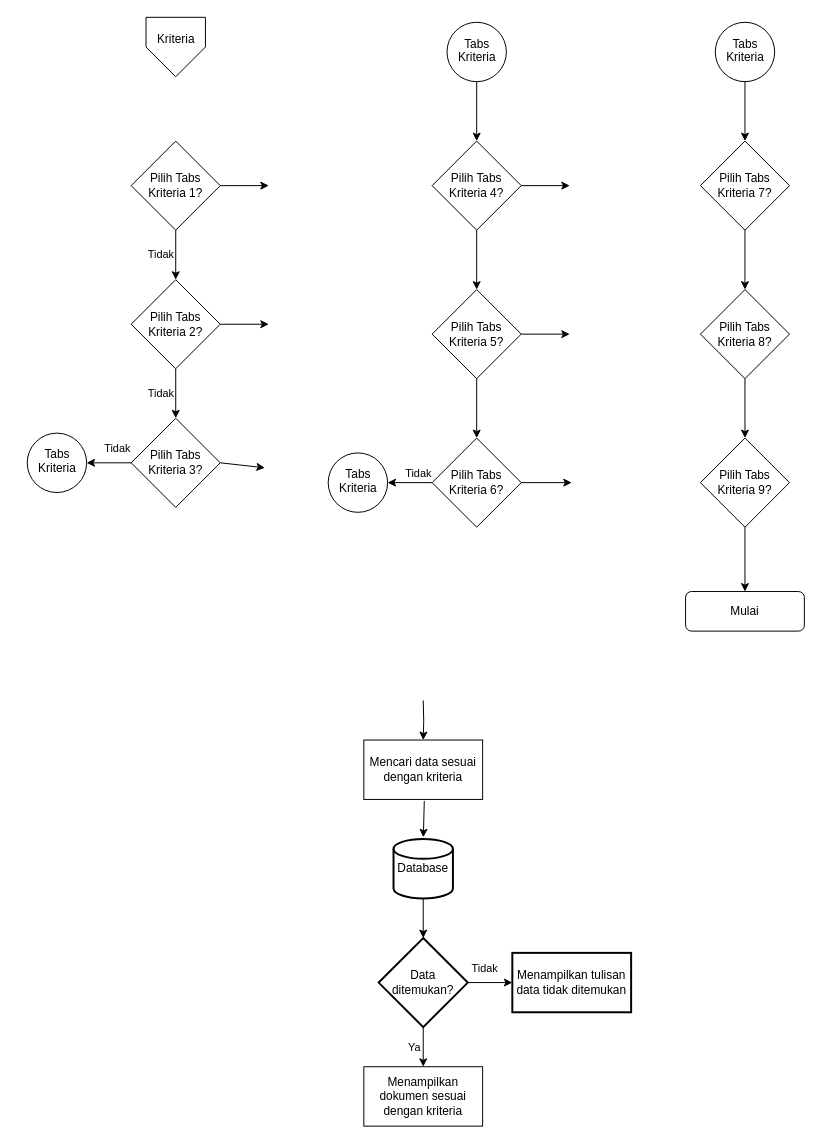
Earlier version of the draw.io diagram page "Kriteria" (2 of 2) of FilemanagerLPMI.drawio (muhfajarm/laravel-file-manager). Source tidied: cells renumbered, new cells numbered last; positions are measured from the earlier drawing's top-left corner, leaving out a move shared by most shapes. Both pictures are drawn from the tidied source at 99%, with x=0, y=0 at pixel (27, 17).
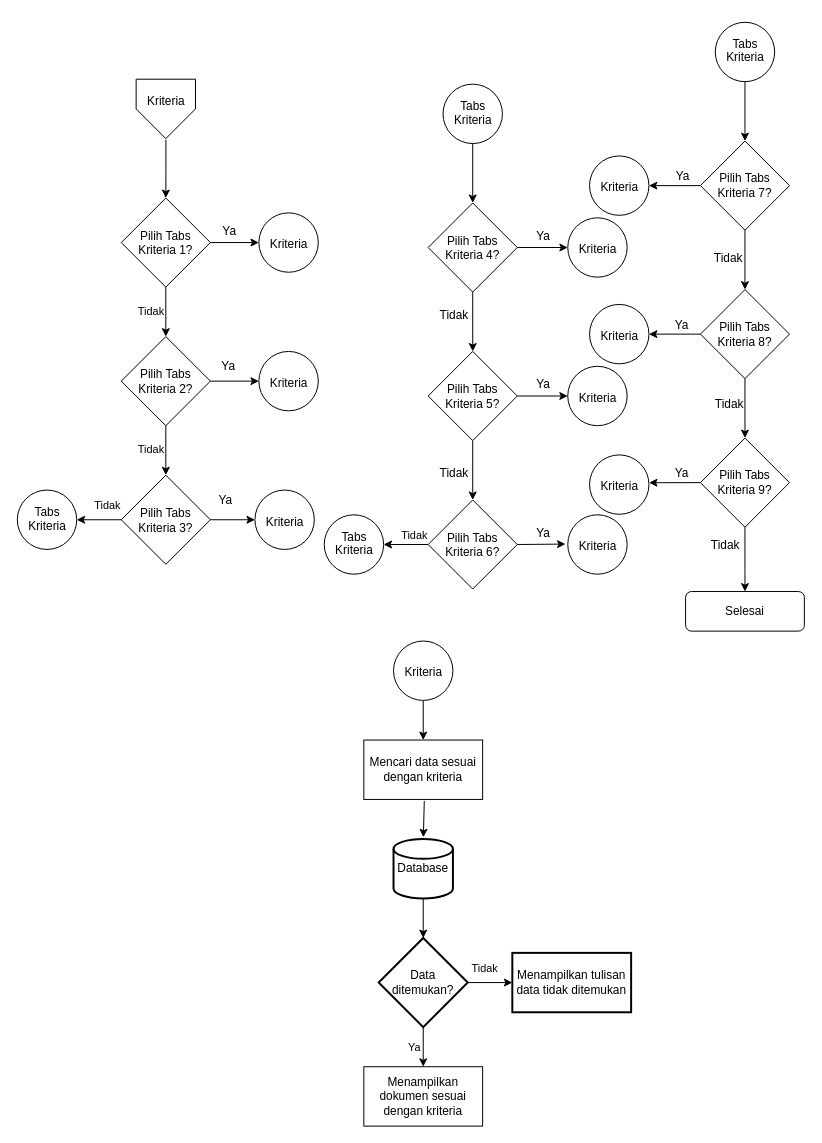
The same diagram, later.

Commit message:
Update - Page Kriteria - FilemanagerLPMI.drawio

Unchanged cells that the change refers to:
```xml
<mxCell id="3" value="Mencari data sesuai dengan kriteria" style="rounded=0;whiteSpace=wrap;html=1;" parent="1" vertex="1">
  <mxGeometry x="340" y="730" width="120" height="60" as="geometry" />
</mxCell>
<mxCell id="31" style="edgeStyle=orthogonalEdgeStyle;rounded=0;jettySize=auto;html=1;exitX=0.5;exitY=1;exitDx=0;exitDy=0;entryX=0.5;entryY=0;entryDx=0;entryDy=0;" parent="1" edge="1" source="30" target="32">
  <mxGeometry relative="1" as="geometry" />
</mxCell>
<mxCell id="33" style="edgeStyle=orthogonalEdgeStyle;rounded=0;jettySize=auto;html=1;entryX=0.5;entryY=0;entryDx=0;entryDy=0;exitX=0.5;exitY=1;exitDx=0;exitDy=0;" parent="1" edge="1" source="32" target="34">
  <mxGeometry relative="1" as="geometry" />
</mxCell>
<mxCell id="43" value="&lt;div&gt;Pilih Tabs&lt;/div&gt;&lt;div&gt;Kriteria 7?&lt;br&gt;&lt;/div&gt;" style="rhombus;whiteSpace=wrap;html=1;rounded=0;" parent="1" vertex="1">
  <mxGeometry x="680" y="125" width="90" height="90" as="geometry" />
</mxCell>
<mxCell id="44" style="edgeStyle=orthogonalEdgeStyle;rounded=0;jettySize=auto;html=1;exitX=0.5;exitY=1;exitDx=0;exitDy=0;entryX=0.5;entryY=0;entryDx=0;entryDy=0;" parent="1" edge="1" source="43" target="45">
  <mxGeometry relative="1" as="geometry" />
</mxCell>
<mxCell id="45" value="&lt;div&gt;Pilih Tabs&lt;/div&gt;&lt;div&gt;Kriteria 8?&lt;br&gt;&lt;/div&gt;" style="rhombus;whiteSpace=wrap;html=1;rounded=0;" parent="1" vertex="1">
  <mxGeometry x="680" y="275" width="90" height="90" as="geometry" />
</mxCell>
<mxCell id="46" style="edgeStyle=orthogonalEdgeStyle;rounded=0;jettySize=auto;html=1;entryX=0.5;entryY=0;entryDx=0;entryDy=0;exitX=0.5;exitY=1;exitDx=0;exitDy=0;" parent="1" edge="1" source="45" target="47">
  <mxGeometry relative="1" as="geometry" />
</mxCell>
<mxCell id="47" value="&lt;div&gt;Pilih Tabs&lt;/div&gt;&lt;div&gt;Kriteria 9?&lt;br&gt;&lt;/div&gt;" style="rhombus;whiteSpace=wrap;html=1;rounded=0;" parent="1" vertex="1">
  <mxGeometry x="680" y="425" width="90" height="90" as="geometry" />
</mxCell>
```

What changed in the source:
```diff
@@
-    <mxCell id="2" style="edgeStyle=orthogonalEdgeStyle;rounded=0;jettySize=auto;html=1;entryX=0.5;entryY=0;entryDx=0;entryDy=0;exitX=0.5;exitY=1;exitDx=0;exitDy=0;" parent="1" edge="1" target="3">
-      <mxGeometry relative="1" as="geometry">
-        <mxPoint x="400" y="690" as="sourcePoint" />
-      </mxGeometry>
+    <mxCell id="2" style="edgeStyle=orthogonalEdgeStyle;rounded=0;jettySize=auto;html=1;entryX=0.5;entryY=0;entryDx=0;entryDy=0;exitX=0.5;exitY=1;exitDx=0;exitDy=0;exitPerimeter=0;" parent="1" edge="1" source="77" target="3">
+      <mxGeometry relative="1" as="geometry" />
     </mxCell>
@@
     <mxCell id="16" value="&lt;div&gt;Pilih Tabs&lt;/div&gt;&lt;div&gt;Kriteria 1?&lt;br&gt;&lt;/div&gt;" style="rhombus;whiteSpace=wrap;html=1;rounded=0;" parent="1" vertex="1">
-      <mxGeometry x="105" y="125" width="90" height="90" as="geometry" />
+      <mxGeometry x="95" y="182.5" width="90" height="90" as="geometry" />
     </mxCell>
     <mxCell id="17" value="Pilih Tabs Kriteria 2?" style="rhombus;whiteSpace=wrap;html=1;rounded=0;" parent="1" vertex="1">
-      <mxGeometry x="105" y="265" width="90" height="90" as="geometry" />
+      <mxGeometry x="95" y="322.5" width="90" height="90" as="geometry" />
     </mxCell>
     <mxCell id="18" value="Pilih Tabs Kriteria 3?" style="rhombus;whiteSpace=wrap;html=1;rounded=0;" parent="1" vertex="1">
-      <mxGeometry x="105" y="405" width="90" height="90" as="geometry" />
+      <mxGeometry x="95" y="462.5" width="90" height="90" as="geometry" />
     </mxCell>
     <mxCell id="19" value="&lt;div&gt;Tabs&lt;/div&gt;&lt;div&gt;Kriteria&lt;/div&gt;" style="verticalLabelPosition=bottom;verticalAlign=top;html=1;shape=mxgraph.flowchart.on-page_reference;spacing=-50;" parent="1" vertex="1">
-      <mxGeometry y="420" width="60" height="60" as="geometry" />
+      <mxGeometry x="-10" y="477.5" width="60" height="60" as="geometry" />
     </mxCell>
@@
-    <mxCell id="24" style="endArrow=classic;html=1;rounded=0;entryX=0;entryY=0.25;entryDx=0;entryDy=0;exitX=1;exitY=0.5;exitDx=0;exitDy=0;" parent="1" edge="1" source="16">
-      <mxGeometry relative="1" as="geometry">
-        <mxPoint x="244" y="170" as="targetPoint" />
-      </mxGeometry>
+    <mxCell id="24" style="endArrow=classic;html=1;rounded=0;exitX=1;exitY=0.5;exitDx=0;exitDy=0;entryX=0;entryY=0.5;entryDx=0;entryDy=0;entryPerimeter=0;" parent="1" edge="1" source="16" target="62">
+      <mxGeometry relative="1" as="geometry" />
     </mxCell>
+    <mxCell id="50" value="Ya" style="edgeLabel;html=1;align=center;verticalAlign=middle;fontSize=12;" parent="24" vertex="1">
+      <mxGeometry x="-0.25" relative="1" as="geometry">
+        <mxPoint y="-12" as="offset" />
+      </mxGeometry>
+    </mxCell>
-    <mxCell id="25" style="endArrow=classic;html=1;rounded=0;entryX=0;entryY=0.25;entryDx=0;entryDy=0;exitX=1;exitY=0.5;exitDx=0;exitDy=0;" parent="1" edge="1" source="17">
-      <mxGeometry relative="1" as="geometry">
-        <mxPoint x="244" y="310" as="targetPoint" />
-      </mxGeometry>
+    <mxCell id="25" style="endArrow=classic;html=1;rounded=0;exitX=1;exitY=0.5;exitDx=0;exitDy=0;entryX=0;entryY=0.5;entryDx=0;entryDy=0;entryPerimeter=0;" parent="1" edge="1" source="17" target="63">
+      <mxGeometry relative="1" as="geometry" />
     </mxCell>
+    <mxCell id="51" value="Ya" style="edgeLabel;html=1;align=center;verticalAlign=middle;fontSize=12;" parent="25" vertex="1">
+      <mxGeometry x="-0.3" y="1" relative="1" as="geometry">
+        <mxPoint y="-14" as="offset" />
+      </mxGeometry>
+    </mxCell>
     <mxCell id="26" value="Kriteria" style="verticalLabelPosition=bottom;verticalAlign=top;html=1;shape=offPageConnector;rounded=0;size=0.5;spacing=-50;" parent="1" vertex="1">
-      <mxGeometry x="120" width="60" height="60" as="geometry" />
+      <mxGeometry x="110" y="62.5" width="60" height="60" as="geometry" />
     </mxCell>
-    <mxCell id="27" style="endArrow=classic;html=1;rounded=0;exitX=1;exitY=0.5;exitDx=0;exitDy=0;" parent="1" edge="1" source="18">
-      <mxGeometry relative="1" as="geometry">
-        <mxPoint x="240" y="455" as="targetPoint" />
-      </mxGeometry>
+    <mxCell id="27" style="endArrow=classic;html=1;rounded=0;exitX=1;exitY=0.5;exitDx=0;exitDy=0;entryX=0;entryY=0.5;entryDx=0;entryDy=0;entryPerimeter=0;" parent="1" edge="1" source="18" target="64">
+      <mxGeometry relative="1" as="geometry" />
     </mxCell>
+    <mxCell id="52" value="Ya" style="edgeLabel;html=1;align=center;verticalAlign=middle;fontSize=12;" parent="27" vertex="1">
+      <mxGeometry x="0.44" relative="1" as="geometry">
+        <mxPoint x="-18" y="-20" as="offset" />
+      </mxGeometry>
+    </mxCell>
@@
     <mxCell id="29" value="&lt;div&gt;Tabs&lt;/div&gt;&lt;div&gt;Kriteria&lt;/div&gt;" style="verticalLabelPosition=bottom;verticalAlign=top;html=1;shape=mxgraph.flowchart.on-page_reference;spacingRight=0;spacingLeft=0;spacing=-50;" parent="1" vertex="1">
-      <mxGeometry x="424" y="5" width="60" height="60" as="geometry" />
+      <mxGeometry x="420" y="67.5" width="60" height="60" as="geometry" />
     </mxCell>
     <mxCell id="30" value="&lt;div&gt;Pilih Tabs&lt;/div&gt;&lt;div&gt;Kriteria 4?&lt;br&gt;&lt;/div&gt;" style="rhombus;whiteSpace=wrap;html=1;rounded=0;" parent="1" vertex="1">
-      <mxGeometry x="409" y="125" width="90" height="90" as="geometry" />
+      <mxGeometry x="405" y="187.5" width="90" height="90" as="geometry" />
     </mxCell>
@@
+    <mxCell id="53" value="Tidak" style="edgeLabel;html=1;align=center;verticalAlign=middle;fontSize=12;" parent="31" vertex="1">
+      <mxGeometry x="0.3" y="-1" relative="1" as="geometry">
+        <mxPoint x="-19" y="-16" as="offset" />
+      </mxGeometry>
+    </mxCell>
     <mxCell id="32" value="&lt;div&gt;Pilih Tabs&lt;/div&gt;&lt;div&gt;Kriteria 5?&lt;br&gt;&lt;/div&gt;" style="rhombus;whiteSpace=wrap;html=1;rounded=0;" parent="1" vertex="1">
-      <mxGeometry x="409" y="275" width="90" height="90" as="geometry" />
+      <mxGeometry x="405" y="337.5" width="90" height="90" as="geometry" />
     </mxCell>
@@
+    <mxCell id="54" value="Tidak" style="edgeLabel;html=1;align=center;verticalAlign=middle;fontSize=12;" parent="33" vertex="1">
+      <mxGeometry x="-0.34" y="1" relative="1" as="geometry">
+        <mxPoint x="-21" y="13" as="offset" />
+      </mxGeometry>
+    </mxCell>
     <mxCell id="34" value="&lt;div&gt;Pilih Tabs&lt;/div&gt;&lt;div&gt;Kriteria 6?&lt;br&gt;&lt;/div&gt;" style="rhombus;whiteSpace=wrap;html=1;rounded=0;" parent="1" vertex="1">
-      <mxGeometry x="409" y="425" width="90" height="90" as="geometry" />
+      <mxGeometry x="405" y="487.5" width="90" height="90" as="geometry" />
     </mxCell>
     <mxCell id="35" value="&lt;div&gt;Tabs&lt;/div&gt;&lt;div&gt;Kriteria&lt;/div&gt;" style="verticalLabelPosition=bottom;verticalAlign=top;html=1;shape=mxgraph.flowchart.on-page_reference;spacing=-50;" parent="1" vertex="1">
-      <mxGeometry x="304" y="440" width="60" height="60" as="geometry" />
+      <mxGeometry x="300" y="502.5" width="60" height="60" as="geometry" />
     </mxCell>
@@
-    <mxCell id="38" style="endArrow=classic;html=1;rounded=0;entryX=0;entryY=0.25;entryDx=0;entryDy=0;exitX=1;exitY=0.5;exitDx=0;exitDy=0;" parent="1" edge="1" source="30">
-      <mxGeometry relative="1" as="geometry">
-        <mxPoint x="548" y="170" as="targetPoint" />
-      </mxGeometry>
+    <mxCell id="38" style="endArrow=classic;html=1;rounded=0;entryX=0;entryY=0.5;entryDx=0;entryDy=0;exitX=1;exitY=0.5;exitDx=0;exitDy=0;entryPerimeter=0;" parent="1" edge="1" source="30" target="65">
+      <mxGeometry relative="1" as="geometry" />
     </mxCell>
+    <mxCell id="55" value="Ya" style="edgeLabel;html=1;align=center;verticalAlign=middle;fontSize=12;" parent="38" vertex="1">
+      <mxGeometry x="-0.42" y="1" relative="1" as="geometry">
+        <mxPoint x="10" y="-11" as="offset" />
+      </mxGeometry>
+    </mxCell>
-    <mxCell id="39" style="endArrow=classic;html=1;rounded=0;entryX=0;entryY=0.25;entryDx=0;entryDy=0;exitX=1;exitY=0.5;exitDx=0;exitDy=0;" parent="1" edge="1" source="32">
-      <mxGeometry relative="1" as="geometry">
-        <mxPoint x="548" y="320" as="targetPoint" />
-      </mxGeometry>
+    <mxCell id="39" style="endArrow=classic;html=1;rounded=0;entryX=0;entryY=0.5;entryDx=0;entryDy=0;exitX=1;exitY=0.5;exitDx=0;exitDy=0;entryPerimeter=0;" parent="1" edge="1" source="32" target="66">
+      <mxGeometry relative="1" as="geometry" />
     </mxCell>
+    <mxCell id="56" value="Ya" style="edgeLabel;html=1;align=center;verticalAlign=middle;fontSize=12;" parent="39" vertex="1">
+      <mxGeometry x="-0.42" relative="1" as="geometry">
+        <mxPoint x="10" y="-12" as="offset" />
+      </mxGeometry>
+    </mxCell>
-    <mxCell id="40" style="endArrow=classic;html=1;rounded=0;entryX=0;entryY=0.25;entryDx=0;entryDy=0;exitX=1;exitY=0.5;exitDx=0;exitDy=0;" parent="1" edge="1" source="34">
-      <mxGeometry relative="1" as="geometry">
-        <mxPoint x="550" y="470" as="targetPoint" />
-      </mxGeometry>
+    <mxCell id="40" style="endArrow=classic;html=1;rounded=0;exitX=1;exitY=0.5;exitDx=0;exitDy=0;entryX=-0.038;entryY=0.493;entryDx=0;entryDy=0;entryPerimeter=0;" parent="1" edge="1" source="34" target="67">
+      <mxGeometry relative="1" as="geometry" />
     </mxCell>
+    <mxCell id="57" value="Ya" style="edgeLabel;html=1;align=center;verticalAlign=middle;fontSize=12;" parent="40" vertex="1">
+      <mxGeometry x="0.42" y="-1" relative="1" as="geometry">
+        <mxPoint x="-10" y="-13" as="offset" />
+      </mxGeometry>
+    </mxCell>
@@
+    <mxCell id="58" value="Tidak" style="edgeLabel;html=1;align=center;verticalAlign=middle;fontSize=12;" parent="44" vertex="1">
+      <mxGeometry x="0.21" relative="1" as="geometry">
+        <mxPoint x="-18" y="-8" as="offset" />
+      </mxGeometry>
+    </mxCell>
@@
+    <mxCell id="59" value="Tidak" style="edgeLabel;html=1;align=center;verticalAlign=middle;fontSize=12;" parent="46" vertex="1">
+      <mxGeometry x="0.36" y="-2" relative="1" as="geometry">
+        <mxPoint x="-15" y="-16" as="offset" />
+      </mxGeometry>
+    </mxCell>
@@
-    <mxCell id="48" value="Mulai" style="rounded=1;whiteSpace=wrap;html=1;fontSize=12;glass=0;strokeWidth=1;shadow=0;" parent="1" vertex="1">
+    <mxCell id="48" value="Selesai" style="rounded=1;whiteSpace=wrap;html=1;fontSize=12;glass=0;strokeWidth=1;shadow=0;" parent="1" vertex="1">
       <mxGeometry x="665" y="580" width="120" height="40" as="geometry" />
     </mxCell>
     <mxCell id="49" style="edgeStyle=orthogonalEdgeStyle;rounded=0;jettySize=auto;html=1;entryX=0.5;entryY=0;entryDx=0;entryDy=0;exitX=0.5;exitY=1;exitDx=0;exitDy=0;" parent="1" edge="1" source="47" target="48">
-      <mxGeometry relative="1" as="geometry" />
+      <mxGeometry relative="1" as="geometry">
+        <Array as="points">
+          <mxPoint x="725" y="560" />
+          <mxPoint x="725" y="560" />
+        </Array>
+      </mxGeometry>
     </mxCell>
+    <mxCell id="60" value="Tidak" style="edgeLabel;html=1;align=center;verticalAlign=middle;fontSize=12;" parent="49" vertex="1">
+      <mxGeometry x="-0.72" relative="1" as="geometry">
+        <mxPoint x="-21" y="9" as="offset" />
+      </mxGeometry>
+    </mxCell>
+    <mxCell id="61" style="edgeStyle=orthogonalEdgeStyle;rounded=0;jettySize=auto;html=1;exitX=0.502;exitY=1.017;exitDx=0;exitDy=0;exitPerimeter=0;entryX=0.5;entryY=0;entryDx=0;entryDy=0;" parent="1" edge="1" source="26" target="16">
+      <mxGeometry relative="1" as="geometry" />
+    </mxCell>
+    <mxCell id="62" value="Kriteria" style="verticalLabelPosition=bottom;verticalAlign=top;html=1;shape=mxgraph.flowchart.on-page_reference;spacing=-40;" parent="1" vertex="1">
+      <mxGeometry x="234" y="197.5" width="60" height="60" as="geometry" />
+    </mxCell>
+    <mxCell id="63" value="Kriteria" style="verticalLabelPosition=bottom;verticalAlign=top;html=1;shape=mxgraph.flowchart.on-page_reference;spacing=-40;" parent="1" vertex="1">
+      <mxGeometry x="234" y="337.5" width="60" height="60" as="geometry" />
+    </mxCell>
+    <mxCell id="64" value="Kriteria" style="verticalLabelPosition=bottom;verticalAlign=top;html=1;shape=mxgraph.flowchart.on-page_reference;spacing=-40;" parent="1" vertex="1">
+      <mxGeometry x="230" y="477.5" width="60" height="60" as="geometry" />
+    </mxCell>
+    <mxCell id="65" value="Kriteria" style="verticalLabelPosition=bottom;verticalAlign=top;html=1;shape=mxgraph.flowchart.on-page_reference;spacing=-40;" parent="1" vertex="1">
+      <mxGeometry x="546" y="202.5" width="60" height="60" as="geometry" />
+    </mxCell>
+    <mxCell id="66" value="Kriteria" style="verticalLabelPosition=bottom;verticalAlign=top;html=1;shape=mxgraph.flowchart.on-page_reference;spacing=-40;" parent="1" vertex="1">
+      <mxGeometry x="546" y="352.5" width="60" height="60" as="geometry" />
+    </mxCell>
+    <mxCell id="67" value="Kriteria" style="verticalLabelPosition=bottom;verticalAlign=top;html=1;shape=mxgraph.flowchart.on-page_reference;spacing=-40;" parent="1" vertex="1">
+      <mxGeometry x="546" y="502.5" width="60" height="60" as="geometry" />
+    </mxCell>
+    <mxCell id="68" value="Kriteria" style="verticalLabelPosition=bottom;verticalAlign=top;html=1;shape=mxgraph.flowchart.on-page_reference;spacing=-40;" parent="1" vertex="1">
+      <mxGeometry x="568" y="140" width="60" height="60" as="geometry" />
+    </mxCell>
+    <mxCell id="69" value="Kriteria" style="verticalLabelPosition=bottom;verticalAlign=top;html=1;shape=mxgraph.flowchart.on-page_reference;spacing=-40;" parent="1" vertex="1">
+      <mxGeometry x="568" y="290" width="60" height="60" as="geometry" />
+    </mxCell>
+    <mxCell id="70" value="Kriteria" style="verticalLabelPosition=bottom;verticalAlign=top;html=1;shape=mxgraph.flowchart.on-page_reference;spacing=-40;" parent="1" vertex="1">
+      <mxGeometry x="568" y="442" width="60" height="60" as="geometry" />
+    </mxCell>
+    <mxCell id="71" style="endArrow=classic;html=1;rounded=0;exitX=0;exitY=0.5;exitDx=0;exitDy=0;entryX=1;entryY=0.5;entryDx=0;entryDy=0;entryPerimeter=0;" parent="1" edge="1" source="43" target="68">
+      <mxGeometry relative="1" as="geometry" />
+    </mxCell>
+    <mxCell id="72" value="Ya" style="edgeLabel;html=1;align=center;verticalAlign=middle;fontSize=12;" parent="71" vertex="1">
+      <mxGeometry x="-0.37" y="3" relative="1" as="geometry">
+        <mxPoint x="-3" y="-13" as="offset" />
+      </mxGeometry>
+    </mxCell>
+    <mxCell id="73" style="endArrow=classic;html=1;rounded=0;entryX=1;entryY=0.5;entryDx=0;entryDy=0;entryPerimeter=0;exitX=0;exitY=0.5;exitDx=0;exitDy=0;" parent="1" edge="1" source="45" target="69">
+      <mxGeometry relative="1" as="geometry" />
+    </mxCell>
+    <mxCell id="74" value="Ya" style="edgeLabel;html=1;align=center;verticalAlign=middle;fontSize=12;" parent="73" vertex="1">
+      <mxGeometry x="-0.5" relative="1" as="geometry">
+        <mxPoint x="-7" y="-10" as="offset" />
+      </mxGeometry>
+    </mxCell>
+    <mxCell id="75" style="endArrow=classic;html=1;rounded=0;exitX=0;exitY=0.5;exitDx=0;exitDy=0;entryX=1.002;entryY=0.468;entryDx=0;entryDy=0;entryPerimeter=0;" parent="1" edge="1" source="47" target="70">
+      <mxGeometry relative="1" as="geometry" />
+    </mxCell>
+    <mxCell id="76" value="Ya" style="edgeLabel;html=1;align=center;verticalAlign=middle;fontSize=12;" parent="75" vertex="1">
+      <mxGeometry x="-0.5" y="1" relative="1" as="geometry">
+        <mxPoint x="-7" y="-11" as="offset" />
+      </mxGeometry>
+    </mxCell>
+    <mxCell id="77" value="Kriteria" style="verticalLabelPosition=bottom;verticalAlign=top;html=1;shape=mxgraph.flowchart.on-page_reference;spacing=-40;" parent="1" vertex="1">
+      <mxGeometry x="370" y="630" width="60" height="60" as="geometry" />
+    </mxCell>
```
